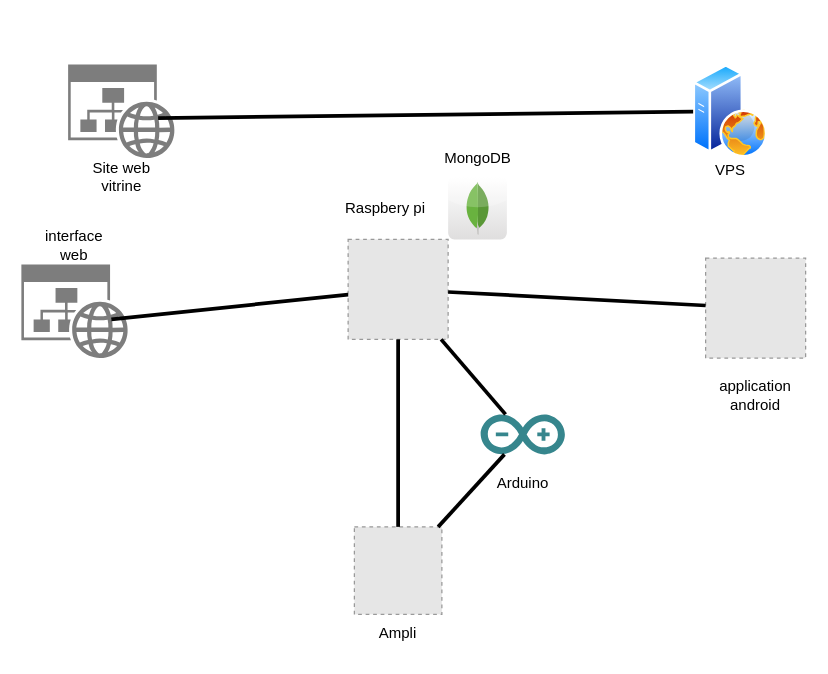
Before: images/schéma d'architercture Ampconnect.drawio in simonNolf/AmpConnect, a draw.io diagram. Source tidied: cells renumbered, new cells numbered last; positions are measured from the earlier drawing's top-left corner, leaving out a move shared by most shapes. Both pictures are drawn from the tidied source at 125%, with x=0, y=0 at pixel (21, 64). Pictures stored in the file or linked from it are replaced by grey dashed boxes.
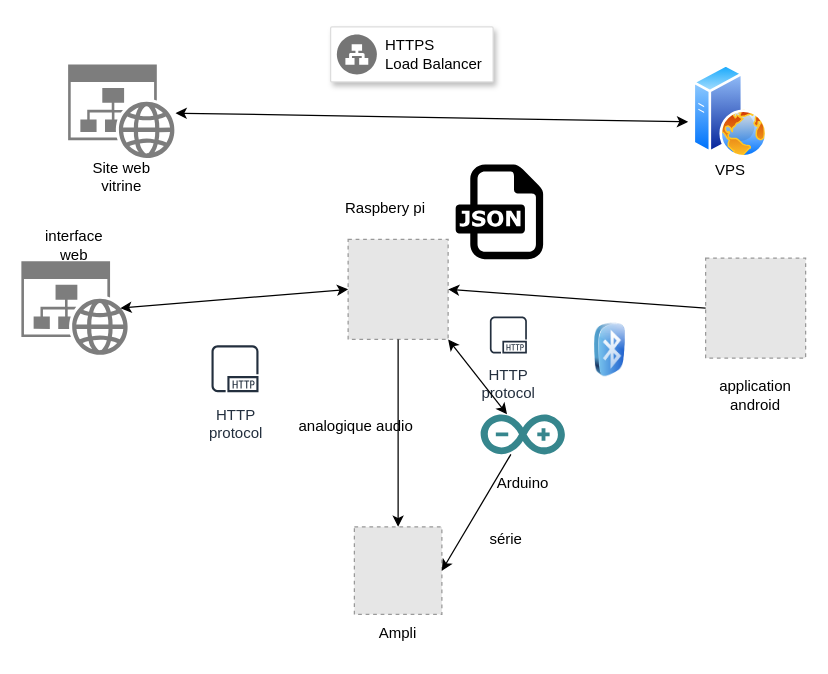
Above is the later version.

Unchanged cells that the change refers to:
```xml
<mxCell id="2" style="fillColor=#E6E6E6;strokeColor=#999999;dashed=1;html=1;verticalAlign=top;verticalLabelPosition=bottom;labelBackgroundColor=#ffffff;" parent="1" vertex="1">
  <mxGeometry x="261" y="140" width="80" height="80" as="geometry" />
</mxCell>
<mxCell id="4" style="perimeter=ellipsePerimeter;html=1;align=center;shadow=0;dashed=0;spacingTop=3;image;image=img/lib/active_directory/web_server.svg;" parent="1" vertex="1">
  <mxGeometry x="537" width="60" height="75" as="geometry" />
</mxCell>
<mxCell id="7" style="sketch=0;shadow=0;dashed=0;html=1;strokeColor=none;labelPosition=center;verticalLabelPosition=bottom;verticalAlign=top;align=center;shape=mxgraph.mscae.enterprise.website_generic;fillColor=#7D7D7D;" parent="1" vertex="1">
  <mxGeometry x="37" width="85.2" height="75" as="geometry" />
</mxCell>
<mxCell id="9" style="dashed=0;outlineConnect=0;html=1;align=center;labelPosition=center;verticalLabelPosition=bottom;verticalAlign=top;shape=mxgraph.weblogos.arduino;fillColor=#36868D;strokeColor=none;" parent="1" vertex="1">
  <mxGeometry x="367" y="280" width="67.4" height="32" as="geometry" />
</mxCell>
<mxCell id="10" style="fillColor=#E6E6E6;strokeColor=#999999;dashed=1;html=1;verticalAlign=top;verticalLabelPosition=bottom;labelBackgroundColor=#ffffff;" parent="1" vertex="1">
  <mxGeometry x="266" y="370" width="70" height="70" as="geometry" />
</mxCell>
<mxCell id="17" style="fillColor=#E6E6E6;strokeColor=#999999;dashed=1;html=1;verticalAlign=top;verticalLabelPosition=bottom;labelBackgroundColor=#ffffff;" parent="1" vertex="1">
  <mxGeometry x="547" y="155" width="80" height="80" as="geometry" />
</mxCell>
```

Change to the diagram source:
```diff
@@
-    <mxCell id="8" style="endArrow=none;html=1;rounded=0;exitX=0.845;exitY=0.573;exitDx=0;exitDy=0;exitPerimeter=0;strokeWidth=3;" parent="1" edge="1" source="7" target="4">
-      <mxGeometry relative="1" as="geometry" />
-    </mxCell>
@@
-    <mxCell id="11" style="endArrow=none;html=1;rounded=0;strokeWidth=3;" parent="1" edge="1" source="9" target="2">
-      <mxGeometry relative="1" as="geometry" />
-    </mxCell>
-    <mxCell id="12" style="endArrow=none;html=1;rounded=0;strokeWidth=3;" parent="1" edge="1" source="10" target="9">
-      <mxGeometry relative="1" as="geometry" />
-    </mxCell>
-    <mxCell id="13" style="endArrow=none;html=1;rounded=0;strokeWidth=3;" parent="1" edge="1" source="10" target="2">
-      <mxGeometry relative="1" as="geometry" />
-    </mxCell>
     <mxCell id="14" style="sketch=0;shadow=0;dashed=0;html=1;strokeColor=none;labelPosition=center;verticalLabelPosition=bottom;verticalAlign=top;align=center;shape=mxgraph.mscae.enterprise.website_generic;fillColor=#7D7D7D;" parent="1" vertex="1">
-      <mxGeometry x="-0.4" y="160" width="85.2" height="75" as="geometry" />
+      <mxGeometry x="-0.4" y="157.5" width="85.2" height="75" as="geometry" />
     </mxCell>
@@
-    <mxCell id="16" style="endArrow=none;html=1;rounded=0;entryX=0.845;entryY=0.587;entryDx=0;entryDy=0;entryPerimeter=0;strokeWidth=3;" parent="1" edge="1" source="2" target="14">
-      <mxGeometry relative="1" as="geometry" />
-    </mxCell>
@@
-    <mxCell id="19" style="endArrow=none;html=1;rounded=0;strokeWidth=3;" parent="1" edge="1" source="2" target="17">
-      <mxGeometry relative="1" as="geometry" />
-    </mxCell>
@@
-    <mxCell id="22" style="dashed=0;html=1;align=center;labelPosition=center;verticalLabelPosition=bottom;verticalAlign=top;shape=mxgraph.webicons.mongodb;gradientColor=#DFDEDE;" parent="1" vertex="1">
-      <mxGeometry x="341" y="90" width="47" height="50" as="geometry" />
-    </mxCell>
-    <mxCell id="23" value="MongoDB" style="text;html=1;strokeColor=none;fillColor=none;align=center;verticalAlign=middle;whiteSpace=wrap;rounded=0;" parent="1" vertex="1">
-      <mxGeometry x="334.5" y="60" width="60" height="30" as="geometry" />
-    </mxCell>
+    <mxCell id="24" style="dashed=0;html=1;align=center;labelPosition=center;verticalLabelPosition=bottom;verticalAlign=top;shape=mxgraph.weblogos.json;" parent="1" vertex="1">
+      <mxGeometry x="347" y="80" width="70" height="75.8" as="geometry" />
+    </mxCell>
+    <mxCell id="25" style="strokeColor=#dddddd;shadow=1;strokeWidth=1;rounded=1;absoluteArcSize=1;arcSize=2;" parent="1" vertex="1">
+      <mxGeometry x="247" y="-30" width="130" height="44" as="geometry" />
+    </mxCell>
+    <mxCell id="26" value="HTTPS&#10;Load Balancer" style="sketch=0;dashed=0;html=1;fillColor=#757575;strokeColor=none;shape=mxgraph.gcp2.network_load_balancer;labelPosition=right;verticalLabelPosition=middle;align=left;verticalAlign=middle;spacingLeft=5;fontSize=12;" parent="25" vertex="1">
+      <mxGeometry y="0.5" width="32" height="32" relative="1" as="geometry">
+        <mxPoint x="5" y="-16" as="offset" />
+      </mxGeometry>
+    </mxCell>
+    <mxCell id="27" style="image;html=1;image=img/lib/clip_art/general/Bluetooth_128x128.png;" parent="1" vertex="1">
+      <mxGeometry x="447" y="207" width="47" height="43" as="geometry" />
+    </mxCell>
+    <mxCell id="28" value="HTTP&#10;protocol" style="sketch=0;fontColor=#232F3E;gradientColor=none;strokeColor=#232F3E;fillColor=#ffffff;dashed=0;verticalLabelPosition=bottom;verticalAlign=top;align=center;html=1;fontSize=12;fontStyle=0;shape=mxgraph.aws4.resourceIcon;resIcon=mxgraph.aws4.http_protocol;" parent="1" vertex="1">
+      <mxGeometry x="147" y="220" width="47" height="47" as="geometry" />
+    </mxCell>
+    <mxCell id="29" value="analogique audio" style="text;html=1;align=center;verticalAlign=middle;strokeColor=none;fillColor=none;" parent="1" vertex="1">
+      <mxGeometry x="217" y="280" width="100" height="20" as="geometry" />
+    </mxCell>
+    <mxCell id="30" value="série" style="text;html=1;align=center;verticalAlign=middle;strokeColor=none;fillColor=none;" parent="1" vertex="1">
+      <mxGeometry x="367" y="370" width="40" height="20" as="geometry" />
+    </mxCell>
+    <mxCell id="31" value="HTTP&#10;protocol" style="sketch=0;fontColor=#232F3E;gradientColor=none;strokeColor=#232F3E;fillColor=#ffffff;dashed=0;verticalLabelPosition=bottom;verticalAlign=top;align=center;html=1;fontSize=12;fontStyle=0;shape=mxgraph.aws4.resourceIcon;resIcon=mxgraph.aws4.http_protocol;" parent="1" vertex="1">
+      <mxGeometry x="370.7" y="198" width="37" height="37" as="geometry" />
+    </mxCell>
+    <mxCell id="32" style="endArrow=classic;startArrow=classic;html=1;rounded=0;shadow=0;sketch=0;exitX=0.93;exitY=0.5;exitDx=0;exitDy=0;exitPerimeter=0;entryX=0;entryY=0.5;entryDx=0;entryDy=0;" parent="1" edge="1" source="14" target="2">
+      <mxGeometry relative="1" as="geometry" />
+    </mxCell>
+    <mxCell id="33" style="endArrow=classic;html=1;rounded=0;shadow=0;sketch=0;entryX=1;entryY=0.5;entryDx=0;entryDy=0;exitX=0;exitY=0.5;exitDx=0;exitDy=0;" parent="1" edge="1" source="17" target="2">
+      <mxGeometry relative="1" as="geometry" />
+    </mxCell>
+    <mxCell id="34" style="endArrow=classic;html=1;rounded=0;shadow=0;sketch=0;entryX=0.5;entryY=0;entryDx=0;entryDy=0;exitX=0.5;exitY=1;exitDx=0;exitDy=0;" parent="1" edge="1" source="2" target="10">
+      <mxGeometry relative="1" as="geometry" />
+    </mxCell>
+    <mxCell id="8" style="endArrow=classic;startArrow=classic;html=1;rounded=0;shadow=0;sketch=0;exitX=1.009;exitY=0.52;exitDx=0;exitDy=0;exitPerimeter=0;entryX=-0.067;entryY=0.613;entryDx=0;entryDy=0;entryPerimeter=0;" parent="1" edge="1" source="7" target="4">
+      <mxGeometry relative="1" as="geometry" />
+    </mxCell>
+    <mxCell id="35" style="endArrow=classic;html=1;rounded=0;shadow=0;sketch=0;entryX=1;entryY=0.5;entryDx=0;entryDy=0;" parent="1" edge="1" source="9" target="10">
+      <mxGeometry relative="1" as="geometry" />
+    </mxCell>
+    <mxCell id="11" style="endArrow=classic;startArrow=classic;html=1;rounded=0;shadow=0;sketch=0;entryX=1;entryY=1;entryDx=0;entryDy=0;" parent="1" edge="1" source="9" target="2">
+      <mxGeometry relative="1" as="geometry" />
+    </mxCell>
```
